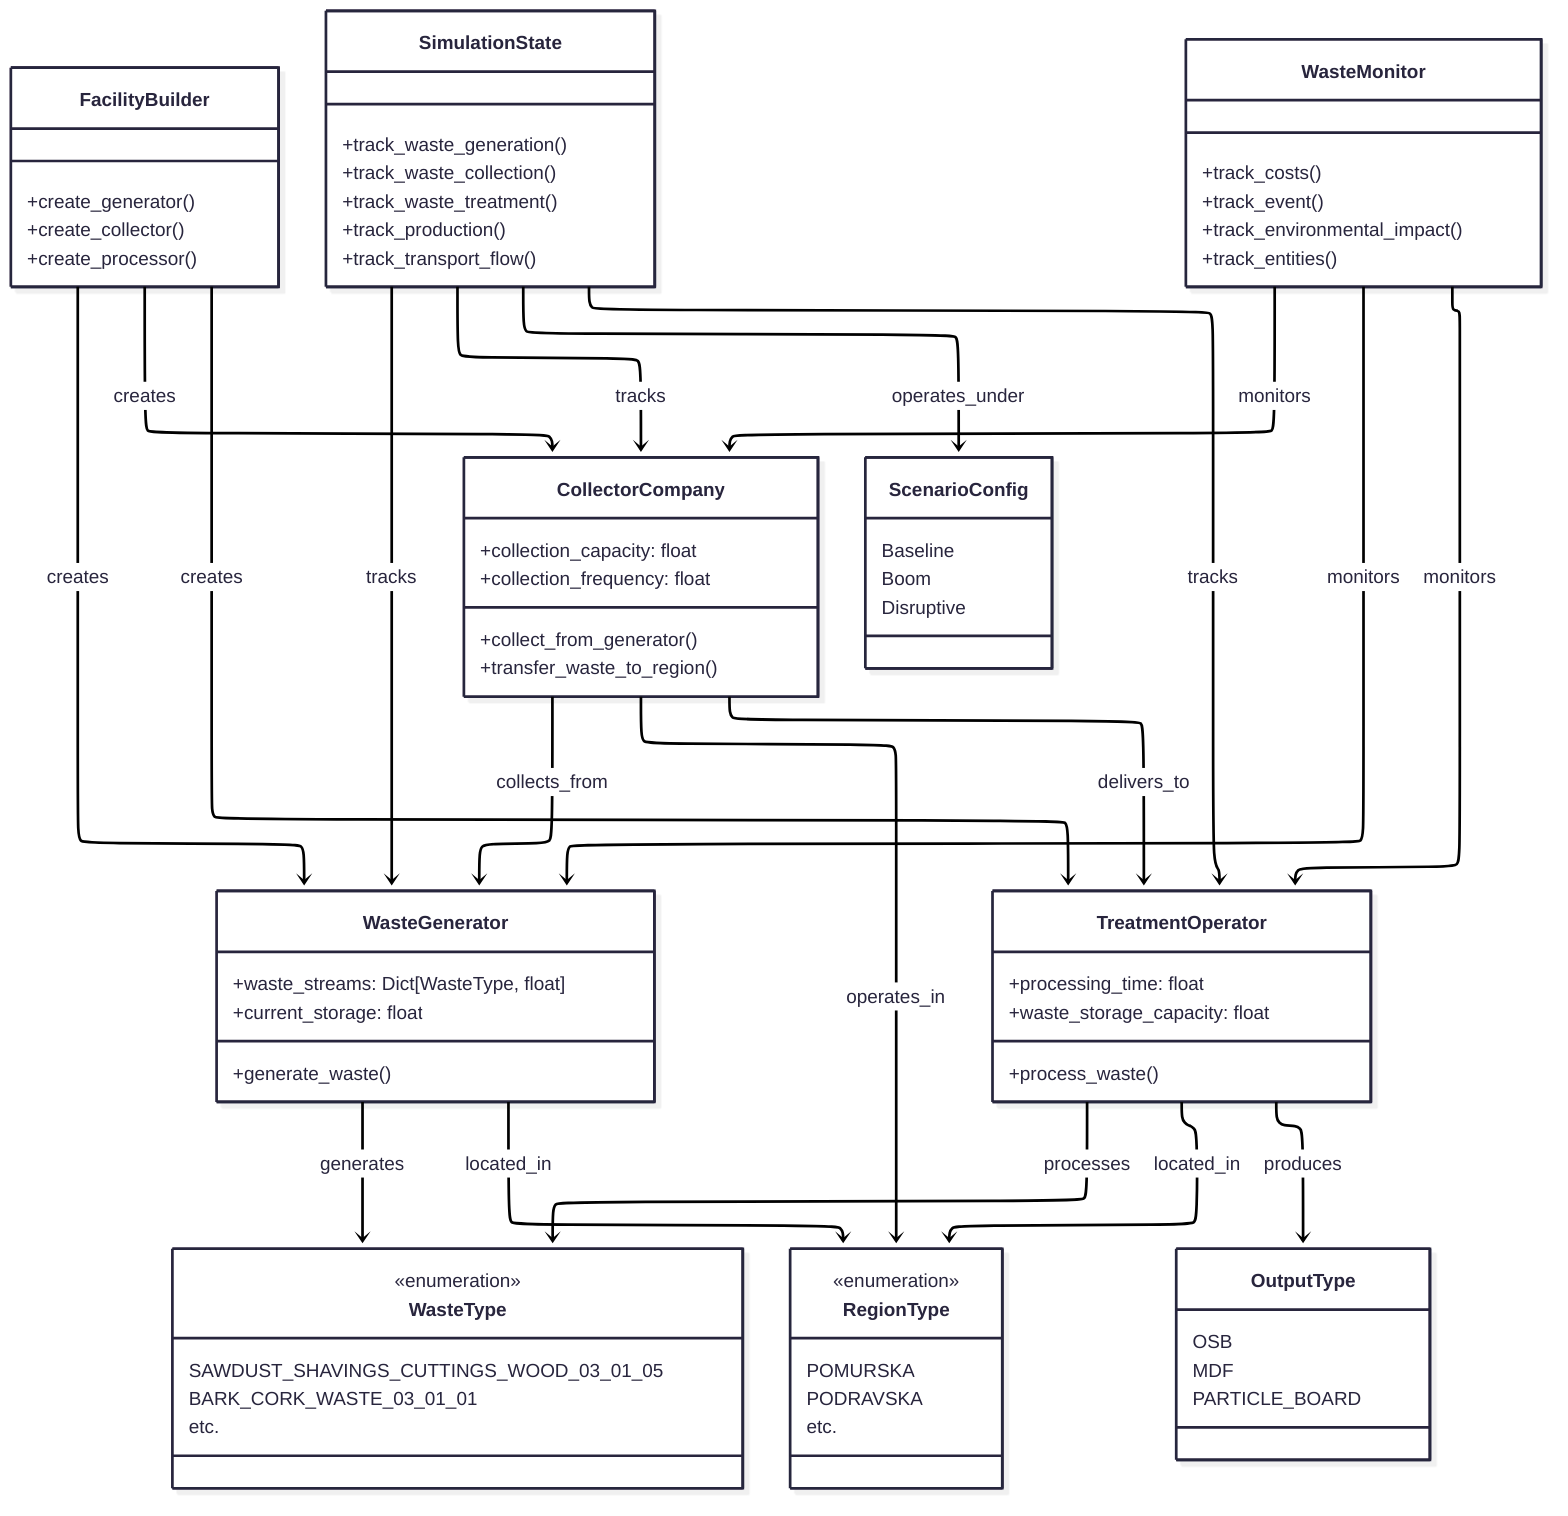
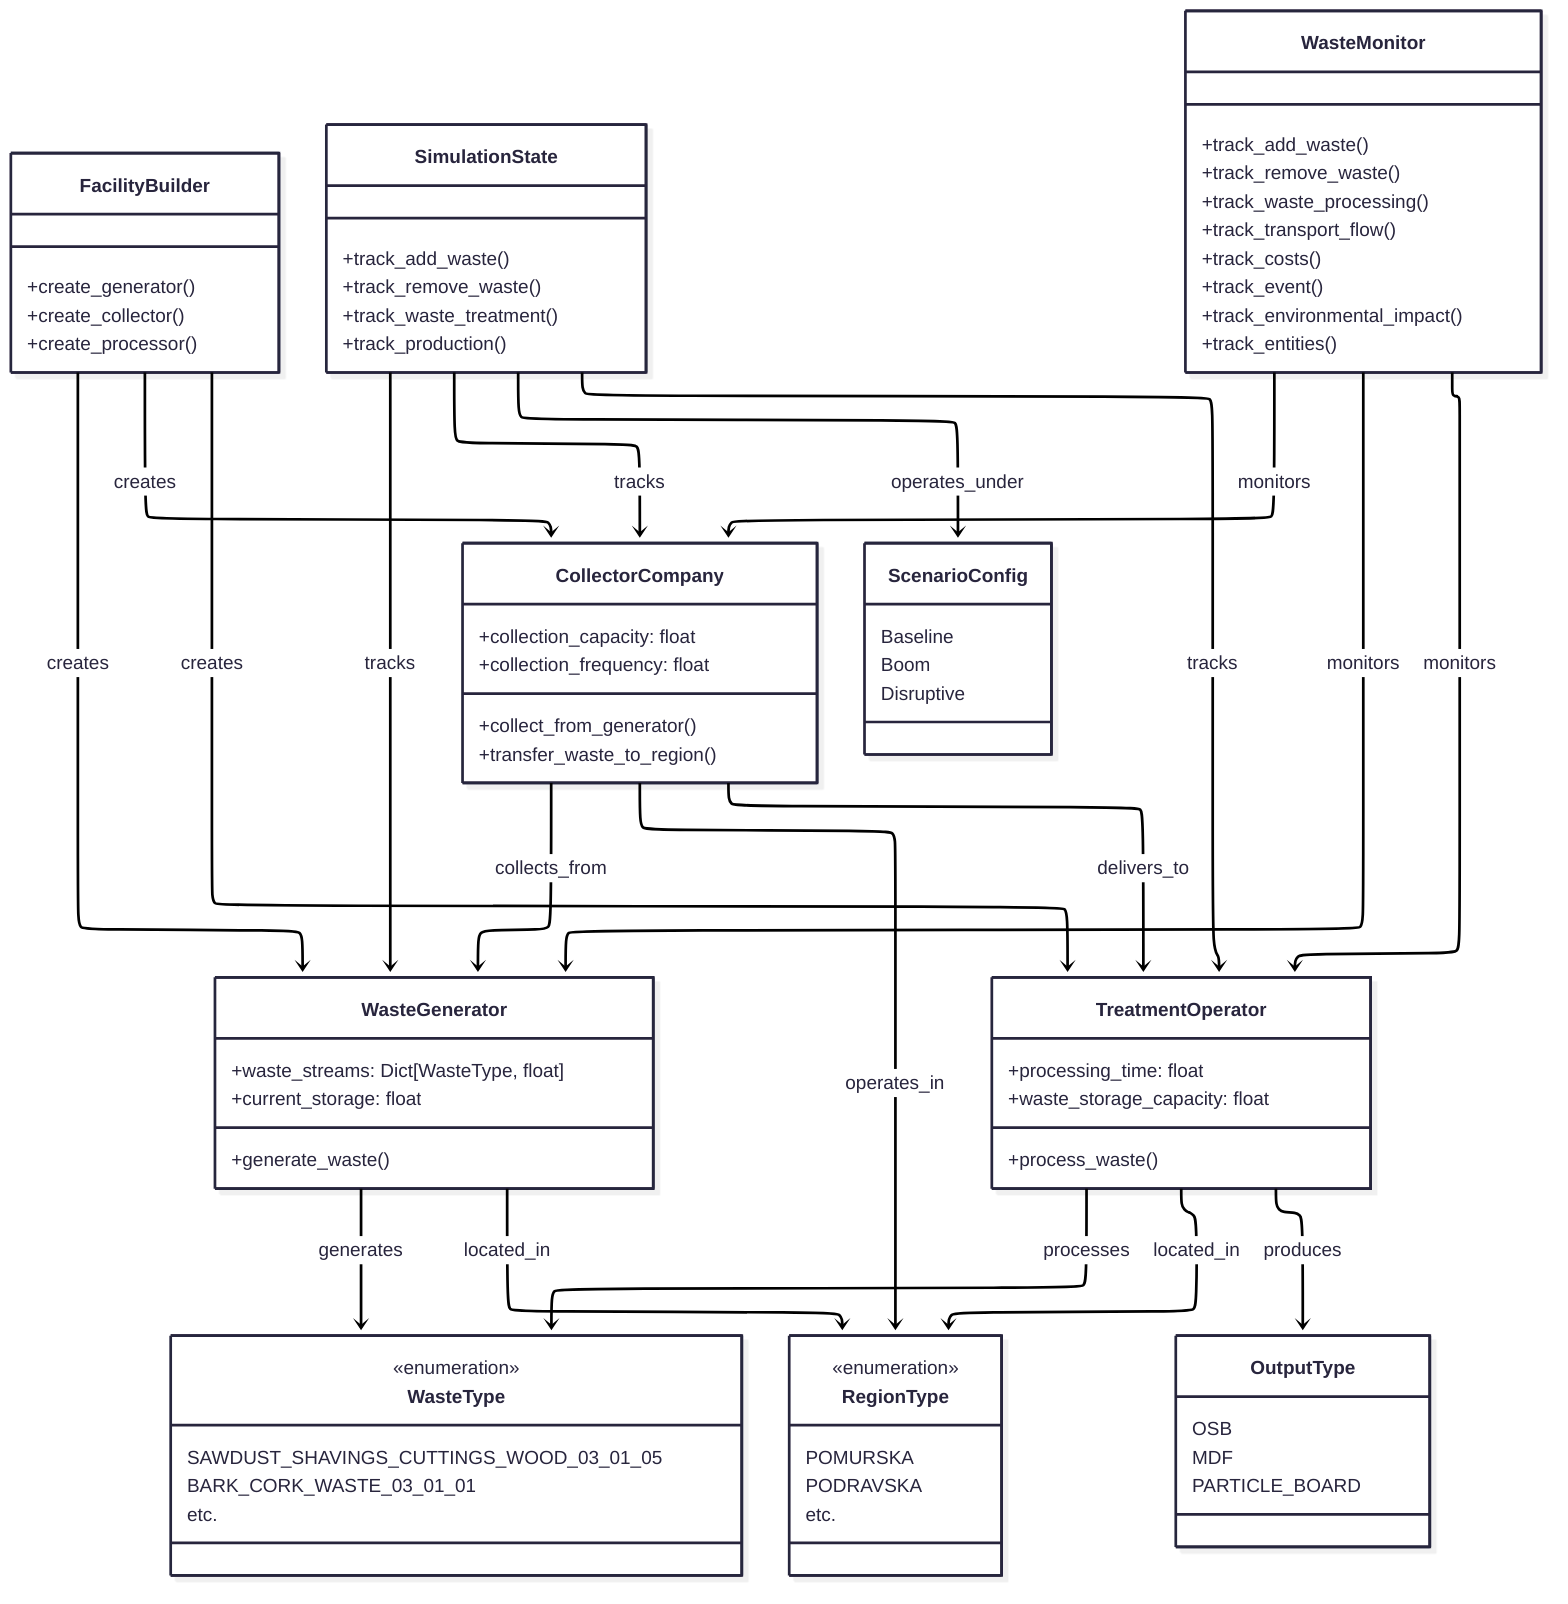
---
config:
  theme: redux
  look: neo
  layout: elk
---
classDiagram
direction TB
    class FacilityBuilder {
	    +create_generator()
	    +create_collector()
	    +create_processor()
    }
    class WasteGenerator {
	    +waste_streams: Dict[WasteType, float]
	    +current_storage: float
	    +generate_waste()
    }
    class CollectorCompany {
	    +collection_capacity: float
	    +collection_frequency: float
	    +collect_from_generator()
	    +transfer_waste_to_region()
    }
    class TreatmentOperator {
	    +processing_time: float
	    +waste_storage_capacity: float
	    +process_waste()
    }
    class WasteType {
	    SAWDUST_SHAVINGS_CUTTINGS_WOOD_03_01_05
	    BARK_CORK_WASTE_03_01_01
	    etc.
    }
    class RegionType {
	    POMURSKA
	    PODRAVSKA
	    etc.
    }
    class OutputType {
	    OSB
	    MDF
	    PARTICLE_BOARD
    }
    class SimulationState {
- 	    +track_waste_generation()
- 	    +track_waste_collection()
+ 	    +track_add_waste()
+ 	    +track_remove_waste()
      +track_waste_treatment()
      +track_production()
- 	    +track_transport_flow()
    }
    class WasteMonitor {
+       +track_add_waste()
+       +track_remove_waste()
+       +track_waste_processing()
+ 	    +track_transport_flow()
      +track_costs()
	    +track_event()
      +track_environmental_impact()
	    +track_entities()
    }
    class ScenarioConfig {
	    Baseline
	    Boom
	    Disruptive
    }

	<<enumeration>> WasteType
	<<enumeration>> RegionType

    FacilityBuilder --> WasteGenerator : creates
    FacilityBuilder --> CollectorCompany : creates
    FacilityBuilder --> TreatmentOperator : creates
    WasteGenerator --> WasteType : generates
    WasteGenerator --> RegionType : located_in
    CollectorCompany --> WasteGenerator : collects_from
    CollectorCompany --> TreatmentOperator : delivers_to
    CollectorCompany --> RegionType : operates_in
    TreatmentOperator --> WasteType : processes
    TreatmentOperator --> OutputType : produces
    TreatmentOperator --> RegionType : located_in
    SimulationState --> WasteGenerator : tracks
    SimulationState --> CollectorCompany : tracks
    SimulationState --> TreatmentOperator : tracks
    SimulationState --> ScenarioConfig : operates_under
    WasteMonitor --> WasteGenerator : monitors
    WasteMonitor --> CollectorCompany : monitors
    WasteMonitor --> TreatmentOperator : monitors
